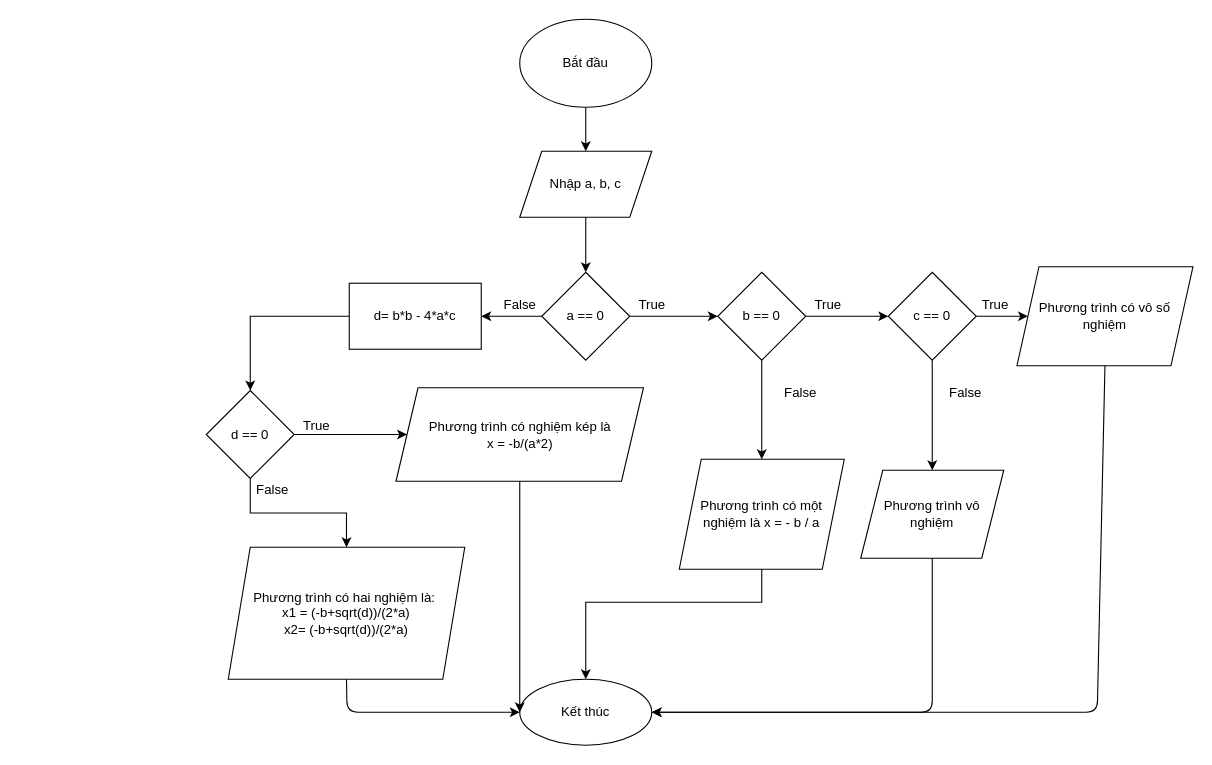
NguyenDangKhoa02/20T1080038-Java keeps this draw.io diagram as Baitap/Baitap06.drawio. Above is the earlier version. Source tidied: cells renumbered, new cells numbered last; positions are measured from the earlier drawing's top-left corner, leaving out a move shared by most shapes. Both pictures are drawn from the tidied source at 110%, with x=0, y=0 at pixel (206, 19).
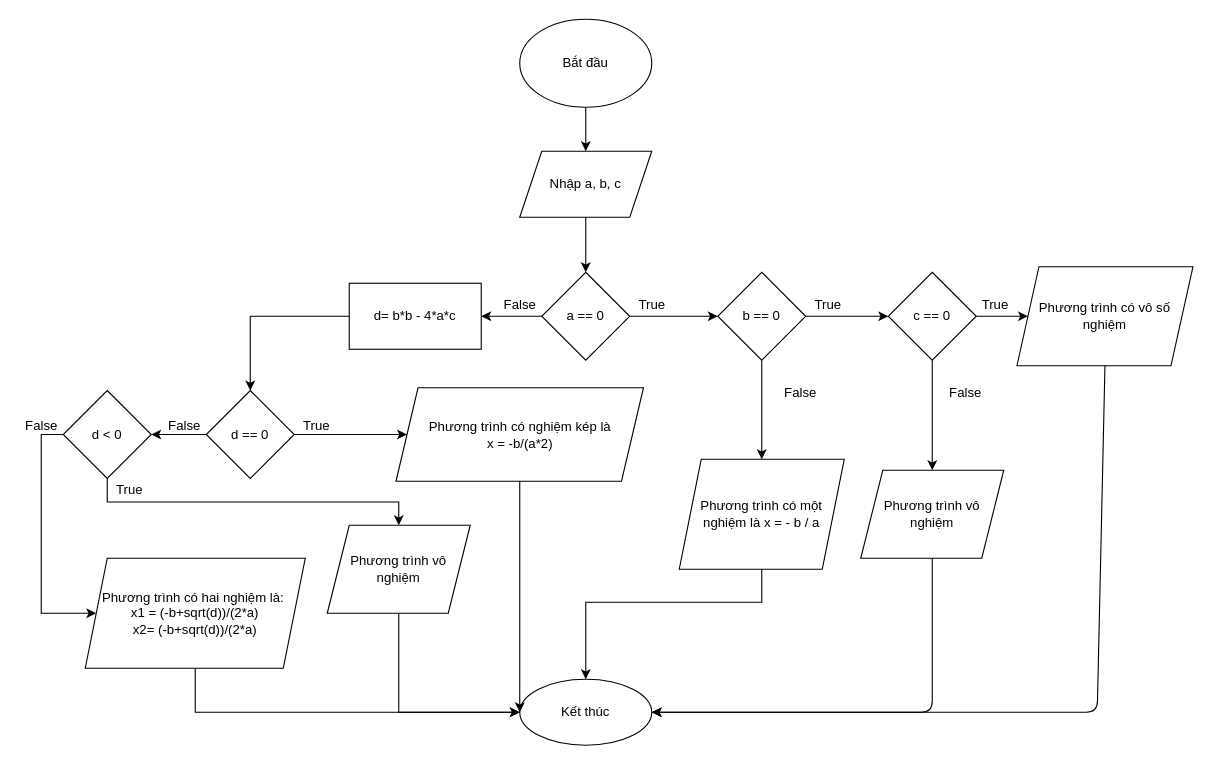
After the change.

Unchanged cells that the change refers to:
```xml
<mxCell id="21" value="Kết thúc" style="ellipse;whiteSpace=wrap;html=1;" parent="1" vertex="1">
  <mxGeometry x="285" y="600" width="120" height="60" as="geometry" />
</mxCell>
<mxCell id="31" value="d == 0" style="rhombus;whiteSpace=wrap;html=1;" parent="1" vertex="1">
  <mxGeometry y="337.5" width="80" height="80" as="geometry" />
</mxCell>
```

What changed in the source:
```diff
@@
-    <mxCell id="30" style="edgeStyle=orthogonalEdgeStyle;rounded=0;jettySize=auto;html=1;" parent="1" edge="1" source="31" target="35">
+    <mxCell id="30" style="edgeStyle=orthogonalEdgeStyle;rounded=0;jettySize=auto;html=1;entryX=1;entryY=0.5;entryDx=0;entryDy=0;" parent="1" edge="1" source="31" target="41">
       <mxGeometry relative="1" as="geometry" />
     </mxCell>
@@
+    <mxCell id="37" style="edgeStyle=orthogonalEdgeStyle;rounded=0;jettySize=auto;html=1;entryX=0;entryY=0.5;entryDx=0;entryDy=0;" parent="1" edge="1" source="35" target="21">
+      <mxGeometry relative="1" as="geometry">
+        <Array as="points">
+          <mxPoint x="-10" y="630" />
+        </Array>
+      </mxGeometry>
+    </mxCell>
     <mxCell id="35" value="Phương trình có hai nghiệm là:&amp;nbsp;&lt;br&gt;x1 = (-b+sqrt(d))/(2*a)&lt;br&gt;x2= (-b+sqrt(d))/(2*a)" style="shape=parallelogram;perimeter=parallelogramPerimeter;whiteSpace=wrap;html=1;fixedSize=1;" parent="1" vertex="1">
-      <mxGeometry x="20" y="480" width="215" height="120" as="geometry" />
+      <mxGeometry x="-110" y="490" width="200" height="100" as="geometry" />
     </mxCell>
     <mxCell id="36" value="False" style="text;html=1;align=center;verticalAlign=middle;strokeColor=none;fillColor=none;" parent="1" vertex="1">
-      <mxGeometry x="40" y="417.5" width="40" height="20" as="geometry" />
+      <mxGeometry x="-40" y="360" width="40" height="20" as="geometry" />
     </mxCell>
-    <mxCell id="37" style="endArrow=classic;html=1;exitX=0.5;exitY=1;exitDx=0;exitDy=0;entryX=0;entryY=0.5;entryDx=0;entryDy=0;" parent="1" edge="1" source="35" target="21">
-      <mxGeometry relative="1" as="geometry">
-        <Array as="points">
-          <mxPoint x="128" y="630" />
-        </Array>
-      </mxGeometry>
-    </mxCell>
@@
+    <mxCell id="39" style="edgeStyle=orthogonalEdgeStyle;rounded=0;jettySize=auto;html=1;entryX=0.5;entryY=0;entryDx=0;entryDy=0;exitX=0.5;exitY=1;exitDx=0;exitDy=0;" parent="1" edge="1" source="41" target="43">
+      <mxGeometry relative="1" as="geometry" />
+    </mxCell>
+    <mxCell id="40" style="edgeStyle=orthogonalEdgeStyle;rounded=0;jettySize=auto;html=1;entryX=0;entryY=0.5;entryDx=0;entryDy=0;exitX=0;exitY=0.5;exitDx=0;exitDy=0;" parent="1" edge="1" source="41" target="35">
+      <mxGeometry relative="1" as="geometry">
+        <Array as="points">
+          <mxPoint x="-150" y="378" />
+          <mxPoint x="-150" y="540" />
+        </Array>
+      </mxGeometry>
+    </mxCell>
+    <mxCell id="41" value="d &amp;lt; 0" style="rhombus;whiteSpace=wrap;html=1;" parent="1" vertex="1">
+      <mxGeometry x="-130" y="337.5" width="80" height="80" as="geometry" />
+    </mxCell>
+    <mxCell id="42" style="edgeStyle=orthogonalEdgeStyle;rounded=0;jettySize=auto;html=1;entryX=0;entryY=0.5;entryDx=0;entryDy=0;" parent="1" edge="1" source="43" target="21">
+      <mxGeometry relative="1" as="geometry">
+        <Array as="points">
+          <mxPoint x="175" y="630" />
+        </Array>
+      </mxGeometry>
+    </mxCell>
+    <mxCell id="43" value="Phương trình vô nghiệm" style="shape=parallelogram;perimeter=parallelogramPerimeter;whiteSpace=wrap;html=1;fixedSize=1;" parent="1" vertex="1">
+      <mxGeometry x="110" y="460" width="130" height="80" as="geometry" />
+    </mxCell>
+    <mxCell id="44" value="False" style="text;html=1;align=center;verticalAlign=middle;strokeColor=none;fillColor=none;" parent="1" vertex="1">
+      <mxGeometry x="-170" y="360" width="40" height="20" as="geometry" />
+    </mxCell>
+    <mxCell id="45" value="True" style="text;html=1;align=center;verticalAlign=middle;strokeColor=none;fillColor=none;" parent="1" vertex="1">
+      <mxGeometry x="-90" y="417.5" width="40" height="20" as="geometry" />
+    </mxCell>
```
